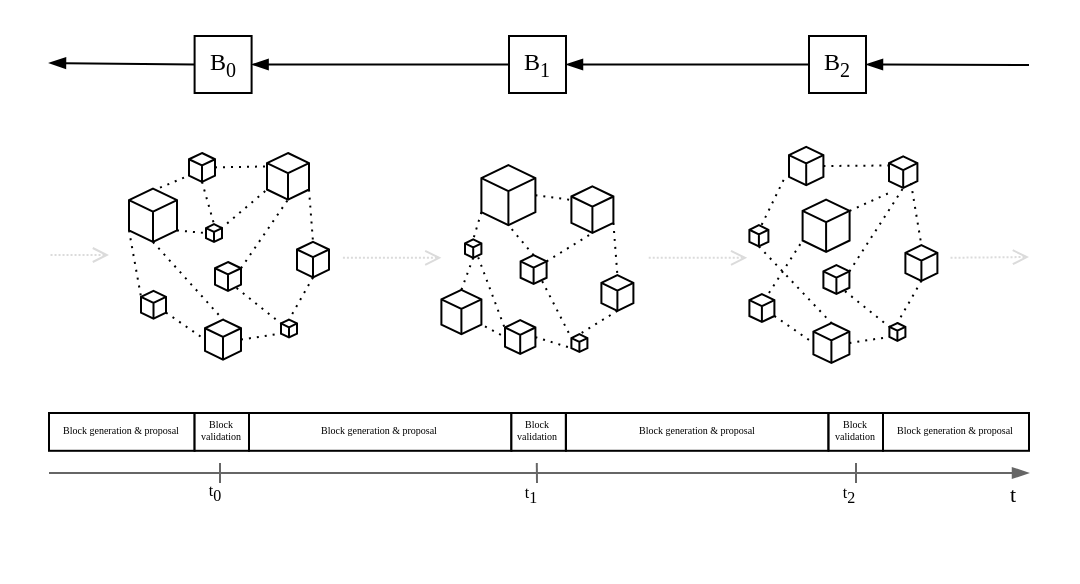
The draw.io diagram theoretical-consensus/article/images/building-blocks-consensus.drawio in edurbrito/dist-sys-seminar, before the edit. Source tidied: cells renumbered, new cells numbered last; positions are measured from the earlier drawing's top-left corner, leaving out a move shared by most shapes. Both pictures are drawn from the tidied source at 200%, with x=0, y=0 at pixel (48, 36).
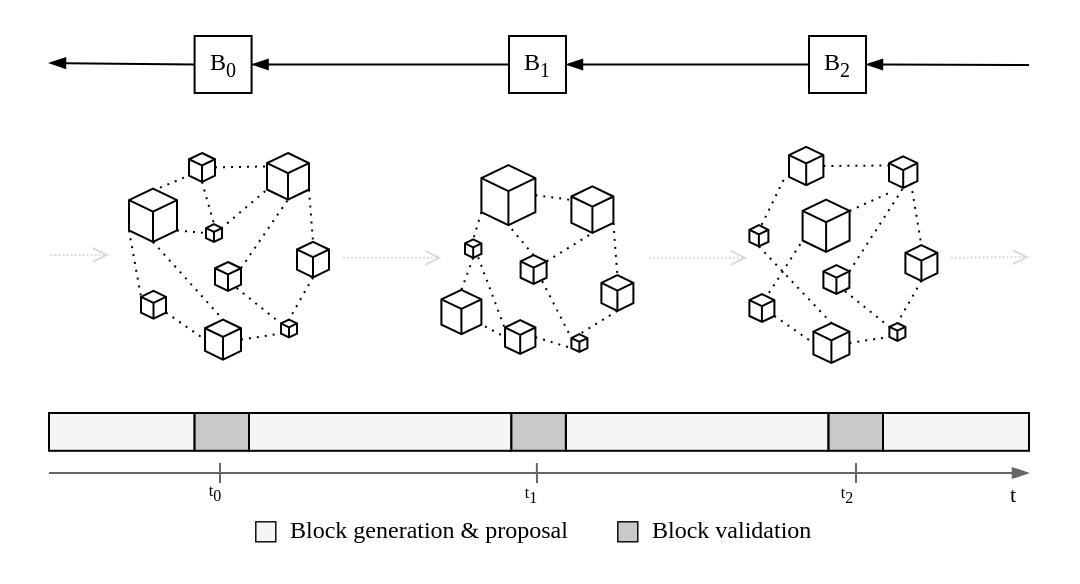
Above is the later version.

Diff of the diagram source:
```diff
@@
     <mxCell id="74" value="t&lt;sub style=&quot;font-size: 8px;&quot;&gt;2&lt;/sub&gt;" style="edgeLabel;html=1;align=center;verticalAlign=middle;fontFamily=Times New Roman;fontSize=8;" parent="1" vertex="1">
-      <mxGeometry x="251.3" y="238" as="geometry">
+      <mxGeometry x="250.8" y="238" as="geometry">
         <mxPoint x="148" y="-9" as="offset" />
       </mxGeometry>
     </mxCell>
-    <mxCell id="75" value="Block generation &amp;amp; proposal" style="rounded=0;whiteSpace=wrap;html=1;fontSize=5;fontFamily=Times New Roman;" parent="1" vertex="1">
+    <mxCell id="75" style="rounded=0;whiteSpace=wrap;html=1;fontSize=5;fontFamily=Times New Roman;sketch=0;fillStyle=solid;jiggle=0;fillColor=#F5F5F5;fontColor=#333333;strokeColor=#000000;" parent="1" vertex="1">
       <mxGeometry y="188" width="72.8" height="18.9" as="geometry" />
     </mxCell>
-    <mxCell id="76" value="Block validation" style="rounded=0;whiteSpace=wrap;html=1;fontSize=5;fontFamily=Times New Roman;" parent="1" vertex="1">
+    <mxCell id="76" style="rounded=0;whiteSpace=wrap;html=1;fontSize=5;fontFamily=Times New Roman;fillColor=#C9C9C9;" parent="1" vertex="1">
       <mxGeometry x="72.8" y="188" width="27.2" height="18.9" as="geometry" />
     </mxCell>
-    <mxCell id="77" value="Block generation &amp;amp; proposal" style="rounded=0;whiteSpace=wrap;html=1;fontSize=5;fontFamily=Times New Roman;" parent="1" vertex="1">
+    <mxCell id="77" style="rounded=0;whiteSpace=wrap;html=1;fontSize=5;fontFamily=Times New Roman;fillColor=#F5F5F5;" parent="1" vertex="1">
       <mxGeometry x="100" y="188" width="131.2" height="18.9" as="geometry" />
     </mxCell>
-    <mxCell id="78" value="Block validation" style="rounded=0;whiteSpace=wrap;html=1;fontSize=5;fontFamily=Times New Roman;" parent="1" vertex="1">
+    <mxCell id="78" style="rounded=0;whiteSpace=wrap;html=1;fontSize=5;fontFamily=Times New Roman;fillColor=#C9C9C9;" parent="1" vertex="1">
       <mxGeometry x="231.2" y="188" width="27.2" height="18.9" as="geometry" />
     </mxCell>
-    <mxCell id="79" value="Block generation &amp;amp; proposal" style="rounded=0;whiteSpace=wrap;html=1;fontSize=5;fontFamily=Times New Roman;" parent="1" vertex="1">
+    <mxCell id="79" style="rounded=0;whiteSpace=wrap;html=1;fontSize=5;fontFamily=Times New Roman;fillColor=#F5F5F5;" parent="1" vertex="1">
       <mxGeometry x="258.5" y="188" width="131.2" height="18.9" as="geometry" />
     </mxCell>
-    <mxCell id="80" value="Block validation" style="rounded=0;whiteSpace=wrap;html=1;fontSize=5;fontFamily=Times New Roman;" parent="1" vertex="1">
+    <mxCell id="80" style="rounded=0;whiteSpace=wrap;html=1;fontSize=5;fontFamily=Times New Roman;fillColor=#C9C9C9;" parent="1" vertex="1">
       <mxGeometry x="389.8" y="188" width="27.2" height="18.9" as="geometry" />
     </mxCell>
-    <mxCell id="81" value="Block generation &amp;amp; proposal" style="rounded=0;whiteSpace=wrap;html=1;fontSize=5;fontFamily=Times New Roman;" parent="1" vertex="1">
+    <mxCell id="81" style="rounded=0;whiteSpace=wrap;html=1;fontSize=5;fontFamily=Times New Roman;fillColor=#F5F5F5;" parent="1" vertex="1">
       <mxGeometry x="417" y="188" width="73" height="18.9" as="geometry" />
     </mxCell>
@@
+    <mxCell id="89" style="whiteSpace=wrap;html=1;strokeWidth=0.7;fillColor=#f5f5f5;sketch=0;rounded=0;glass=0;shadow=0;fillStyle=solid;strokeColor=#000000;jiggle=0;hachureGap=-3;fontColor=#333333;" parent="1" vertex="1">
+      <mxGeometry x="103.4" y="242.4" width="10" height="10" as="geometry" />
+    </mxCell>
+    <mxCell id="90" value="Block generation &amp;amp; proposal" style="rounded=0;whiteSpace=wrap;html=1;fontSize=12;fontFamily=Times New Roman;strokeColor=none;fillColor=none;align=left;" parent="1" vertex="1">
+      <mxGeometry x="119.3" y="238" width="144.7" height="18.9" as="geometry" />
+    </mxCell>
+    <mxCell id="91" style="whiteSpace=wrap;html=1;strokeWidth=0.7;fillColor=#C9C9C9;sketch=0;rounded=0;glass=0;shadow=0;fillStyle=solid;strokeColor=#000000;jiggle=0;hachureGap=-3;fontColor=#333333;" parent="1" vertex="1">
+      <mxGeometry x="284.4" y="242.4" width="10" height="10" as="geometry" />
+    </mxCell>
+    <mxCell id="92" value="Block validation" style="rounded=0;whiteSpace=wrap;html=1;fontSize=12;fontFamily=Times New Roman;strokeColor=none;fillColor=none;align=left;" parent="1" vertex="1">
+      <mxGeometry x="300.1" y="238" width="85" height="18.9" as="geometry" />
+    </mxCell>
```
